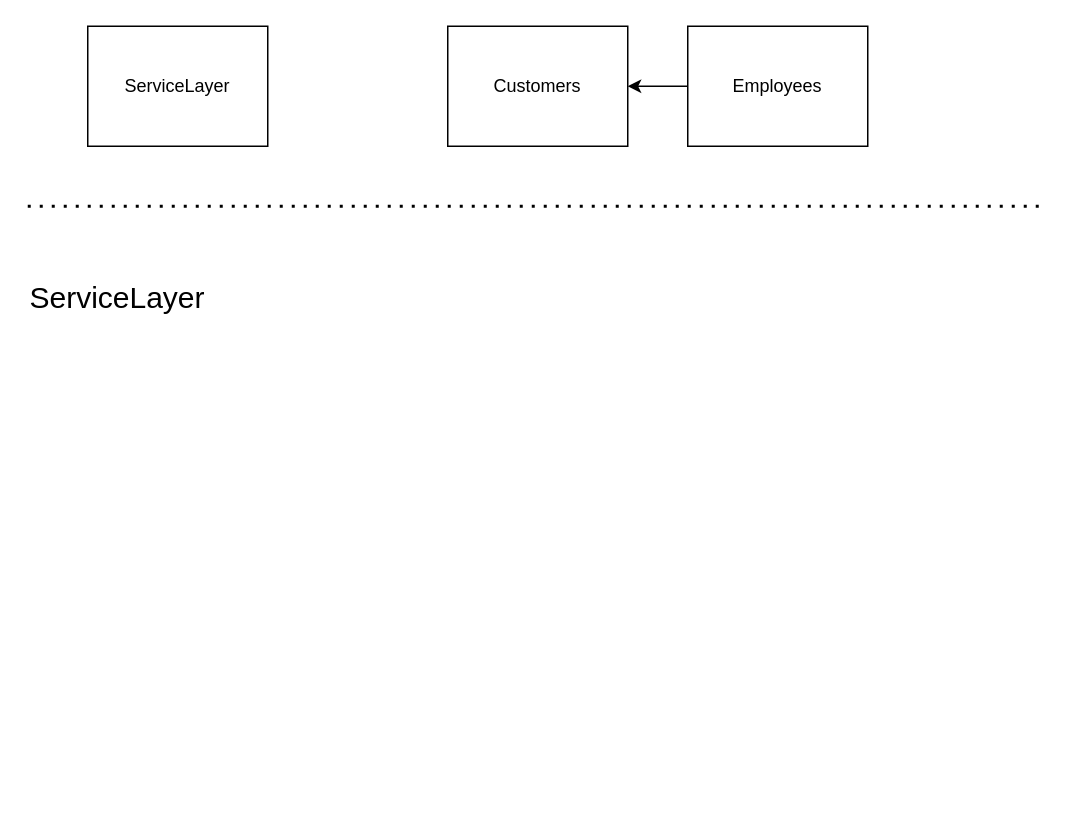
The draw.io diagram page "ServiceLayer" (5 of 7) of ERDiagram.drawio in kyle4036/DatabaseManagement2026Project1, before the edit. Source tidied: cells renumbered, new cells numbered last; positions are measured from the earlier drawing's top-left corner, leaving out a move shared by most shapes. Both pictures are drawn from the tidied source at 150%, with x=0, y=0 at pixel (27, 26).
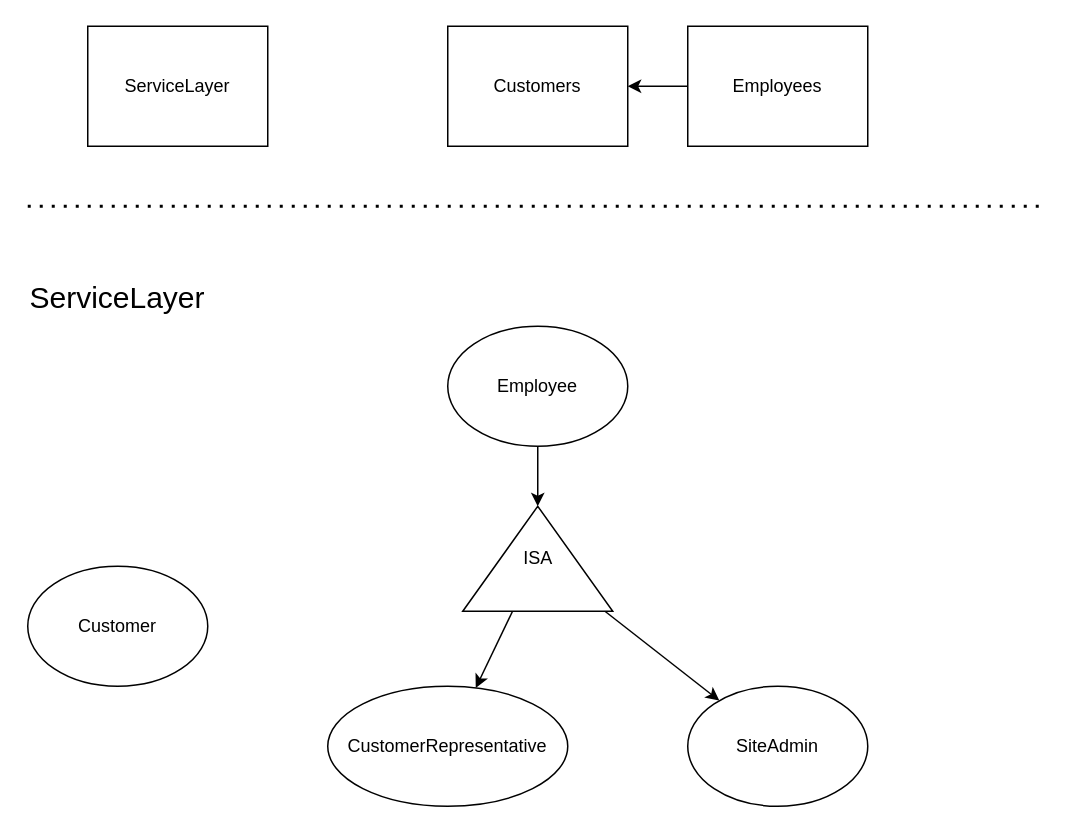
The same diagram, later.

Commit message:
Service Layer

Started filling the fields and tables out

The edit, as a diff of the source:
```diff
@@
 <mxGraphModel>
   <root>
     <mxCell id="0" />
     <mxCell id="1" parent="0" />
     <mxCell id="2" value="Customers" style="whiteSpace=wrap;html=1;" parent="1" vertex="1">
       <mxGeometry x="280" width="120" height="80" as="geometry" />
     </mxCell>
     <mxCell id="3" style="rounded=0;jettySize=auto;html=1;" parent="1" edge="1" source="4" target="2">
       <mxGeometry relative="1" as="geometry" />
     </mxCell>
     <mxCell id="4" value="Employees" style="whiteSpace=wrap;html=1;" parent="1" vertex="1">
       <mxGeometry x="440" width="120" height="80" as="geometry" />
     </mxCell>
     <mxCell id="5" value="ServiceLayer" style="whiteSpace=wrap;html=1;" parent="1" vertex="1">
       <mxGeometry x="40" width="120" height="80" as="geometry" />
     </mxCell>
     <mxCell id="6" style="endArrow=none;dashed=1;html=1;dashPattern=1 3;strokeWidth=2;rounded=0;" parent="1" edge="1">
       <mxGeometry relative="1" as="geometry">
         <mxPoint y="120" as="sourcePoint" />
         <mxPoint x="680" y="120" as="targetPoint" />
       </mxGeometry>
     </mxCell>
     <mxCell id="7" value="&lt;font style=&quot;font-size: 20px;&quot;&gt;ServiceLayer&lt;/font&gt;" style="text;html=1;whiteSpace=wrap;strokeColor=none;fillColor=none;align=center;verticalAlign=middle;rounded=0;" parent="1" vertex="1">
       <mxGeometry y="160" width="120" height="40" as="geometry" />
     </mxCell>
+    <mxCell id="8" value="Customer" style="ellipse;whiteSpace=wrap;html=1;" parent="1" vertex="1">
+      <mxGeometry y="360" width="120" height="80" as="geometry" />
+    </mxCell>
+    <mxCell id="9" style="edgeStyle=orthogonalEdgeStyle;rounded=0;jettySize=auto;html=1;" parent="1" edge="1" source="10" target="13">
+      <mxGeometry relative="1" as="geometry" />
+    </mxCell>
+    <mxCell id="10" value="Employee" style="ellipse;whiteSpace=wrap;html=1;" parent="1" vertex="1">
+      <mxGeometry x="280" y="200" width="120" height="80" as="geometry" />
+    </mxCell>
+    <mxCell id="11" style="rounded=0;jettySize=auto;html=1;" parent="1" edge="1" source="13" target="14">
+      <mxGeometry relative="1" as="geometry" />
+    </mxCell>
+    <mxCell id="12" style="rounded=0;jettySize=auto;html=1;" parent="1" edge="1" source="13" target="15">
+      <mxGeometry relative="1" as="geometry" />
+    </mxCell>
+    <mxCell id="13" value="ISA" style="verticalLabelPosition=middle;verticalAlign=middle;html=1;shape=mxgraph.basic.acute_triangle;dx=0.5;labelPosition=center;align=center;textShadow=0;labelBorderColor=none;labelBackgroundColor=none;" parent="1" vertex="1">
+      <mxGeometry x="290" y="320" width="100" height="70" as="geometry" />
+    </mxCell>
+    <mxCell id="14" value="CustomerRepresentative" style="ellipse;whiteSpace=wrap;html=1;" parent="1" vertex="1">
+      <mxGeometry x="200" y="440" width="160" height="80" as="geometry" />
+    </mxCell>
+    <mxCell id="15" value="SiteAdmin" style="ellipse;whiteSpace=wrap;html=1;" parent="1" vertex="1">
+      <mxGeometry x="440" y="440" width="120" height="80" as="geometry" />
+    </mxCell>
   </root>
 </mxGraphModel>
```
